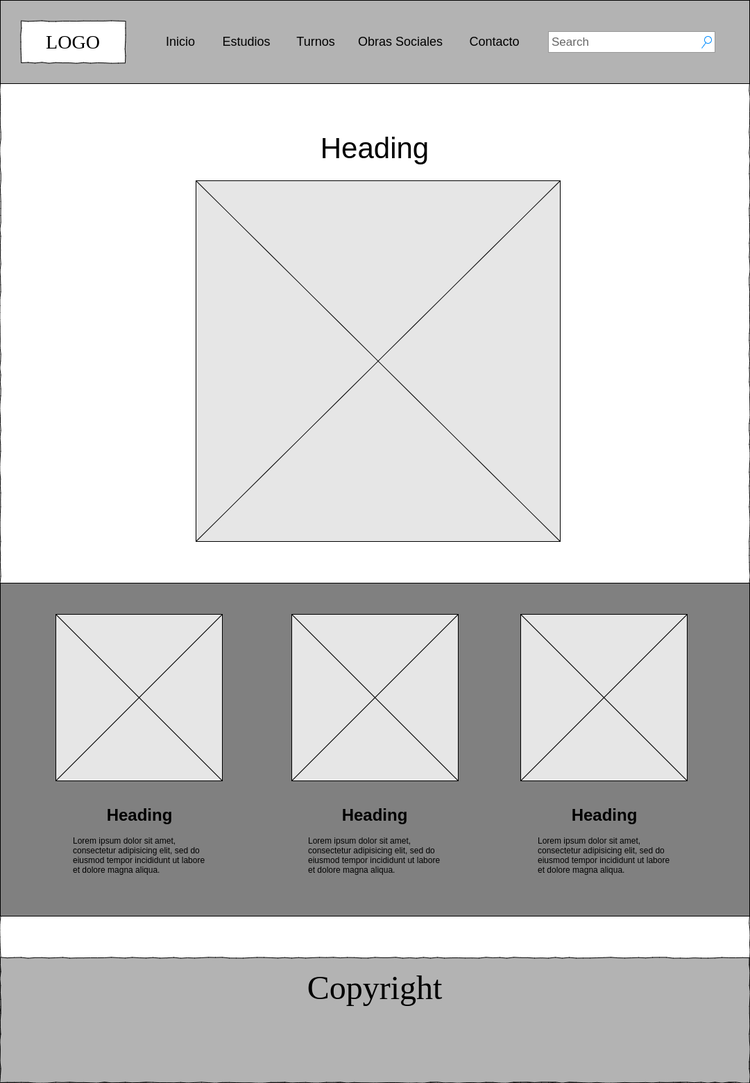
The draw.io diagram wireframes/inicio.png in andresgerz/consultorio-rx, before a commit. Source tidied: cells renumbered, new cells last; positions are measured from the earlier drawing's top-left corner, leaving out a move shared by most shapes.
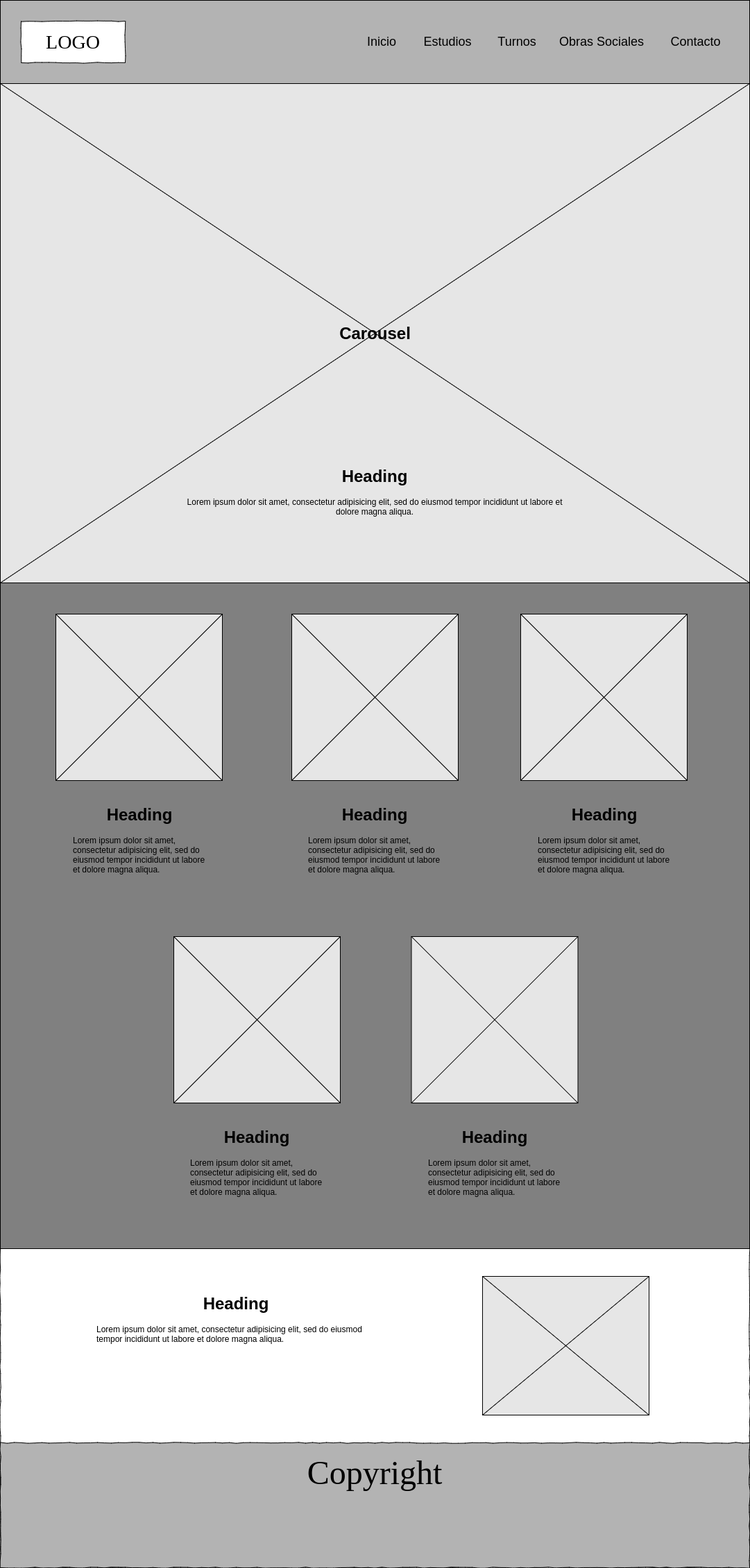
Later version of the same file.

The edit, as a diff of the source:
```diff
@@ -3,40 +3,37 @@
     <mxCell id="0" />
     <mxCell id="1" parent="0" />
     <mxCell id="2" style="whiteSpace=wrap;html=1;rounded=0;shadow=0;labelBackgroundColor=none;strokeColor=#000000;strokeWidth=1;fillColor=none;fontFamily=Verdana;fontSize=12;fontColor=#000000;align=center;comic=1;" parent="1" vertex="1">
-      <mxGeometry width="1080" height="1560" as="geometry" />
+      <mxGeometry width="1080" height="2260" as="geometry" />
     </mxCell>
     <mxCell id="3" style="verticalLabelPosition=bottom;verticalAlign=top;html=1;shape=mxgraph.basic.rect;fillColor2=none;strokeWidth=1;size=20;indent=5;fillColor=#B3B3B3;" parent="1" vertex="1">
       <mxGeometry width="1080" height="120" as="geometry" />
     </mxCell>
     <mxCell id="4" style="verticalLabelPosition=bottom;verticalAlign=top;html=1;shape=mxgraph.basic.rect;fillColor2=none;strokeWidth=1;size=20;indent=5;fillColor=#808080;" parent="1" vertex="1">
-      <mxGeometry y="840" width="1080" height="480" as="geometry" />
+      <mxGeometry y="840" width="1080" height="960" as="geometry" />
     </mxCell>
     <mxCell id="5" value="LOGO" style="whiteSpace=wrap;html=1;rounded=0;shadow=0;labelBackgroundColor=none;strokeWidth=1;fontFamily=Verdana;fontSize=28;align=center;comic=1;" parent="1" vertex="1">
       <mxGeometry x="30" y="30" width="150" height="60" as="geometry" />
     </mxCell>
     <mxCell id="6" value="&lt;div style=&quot;text-align: justify&quot;&gt;&lt;span style=&quot;font-size: 48px&quot;&gt;Copyright&lt;/span&gt;&lt;/div&gt;" style="whiteSpace=wrap;html=1;rounded=0;shadow=0;labelBackgroundColor=none;strokeWidth=1;fillColor=#B3B3B3;fontFamily=Verdana;fontSize=12;align=center;verticalAlign=top;spacing=10;comic=1;" parent="1" vertex="1">
-      <mxGeometry y="1380" width="1080" height="180" as="geometry" />
+      <mxGeometry y="2080" width="1080" height="180" as="geometry" />
     </mxCell>
     <mxCell id="7" style="verticalLabelPosition=bottom;shadow=0;dashed=0;align=center;html=1;verticalAlign=top;strokeWidth=1;shape=mxgraph.mockup.graphics.simpleIcon;strokeColor=#000000;fillColor=#E6E6E6;" parent="1" vertex="1">
-      <mxGeometry x="282" y="260" width="525" height="520" as="geometry" />
+      <mxGeometry y="120" width="1080" height="720" as="geometry" />
     </mxCell>
-    <mxCell id="8" value="Search" style="strokeWidth=1;shadow=0;dashed=0;align=center;html=1;shape=mxgraph.mockup.forms.searchBox;strokeColor=#999999;mainText=;strokeColor2=#008cff;fontColor=#666666;fontSize=17;align=left;spacingLeft=3;" parent="1" vertex="1">
-      <mxGeometry x="790" y="45" width="240" height="30" as="geometry" />
-    </mxCell>
     <mxCell id="9" value="Inicio" style="text;html=1;strokeColor=none;fillColor=none;align=center;verticalAlign=middle;whiteSpace=wrap;rounded=0;fontSize=18;" parent="1" vertex="1">
-      <mxGeometry x="240" y="50" width="40" height="20" as="geometry" />
+      <mxGeometry x="530" y="50" width="40" height="20" as="geometry" />
     </mxCell>
     <mxCell id="10" value="Estudios" style="text;html=1;strokeColor=none;fillColor=none;align=center;verticalAlign=middle;whiteSpace=wrap;rounded=0;fontSize=18;" parent="1" vertex="1">
-      <mxGeometry x="320" y="50" width="70" height="20" as="geometry" />
+      <mxGeometry x="610" y="50" width="70" height="20" as="geometry" />
     </mxCell>
     <mxCell id="11" value="Turnos" style="text;html=1;strokeColor=none;fillColor=none;align=center;verticalAlign=middle;whiteSpace=wrap;rounded=0;fontSize=18;" parent="1" vertex="1">
-      <mxGeometry x="430" y="50" width="50" height="20" as="geometry" />
+      <mxGeometry x="720" y="50" width="50" height="20" as="geometry" />
     </mxCell>
     <mxCell id="12" value="Obras Sociales" style="text;html=1;strokeColor=none;fillColor=none;align=center;verticalAlign=middle;whiteSpace=wrap;rounded=0;fontSize=18;" parent="1" vertex="1">
-      <mxGeometry x="512.5" y="50" width="127.5" height="20" as="geometry" />
+      <mxGeometry x="802.5" y="50" width="127.5" height="20" as="geometry" />
     </mxCell>
     <mxCell id="13" value="Contacto" style="text;html=1;strokeColor=none;fillColor=none;align=center;verticalAlign=middle;whiteSpace=wrap;rounded=0;fontSize=18;" parent="1" vertex="1">
-      <mxGeometry x="675" y="50" width="75" height="20" as="geometry" />
+      <mxGeometry x="965" y="50" width="75" height="20" as="geometry" />
     </mxCell>
     <mxCell id="14" style="verticalLabelPosition=bottom;shadow=0;dashed=0;align=center;html=1;verticalAlign=top;strokeWidth=1;shape=mxgraph.mockup.graphics.simpleIcon;strokeColor=#000000;fillColor=#E6E6E6;" parent="1" vertex="1">
       <mxGeometry x="80" y="885" width="240" height="240" as="geometry" />
@@ -56,8 +53,29 @@
     <mxCell id="19" value="&lt;h1&gt;Heading&lt;/h1&gt;&lt;p style=&quot;text-align: left&quot;&gt;Lorem ipsum dolor sit amet, consectetur adipisicing elit, sed do eiusmod tempor incididunt ut labore et dolore magna aliqua.&lt;/p&gt;" style="text;html=1;strokeColor=none;fillColor=none;spacing=5;spacingTop=-20;whiteSpace=wrap;overflow=hidden;rounded=0;align=center;" parent="1" vertex="1">
       <mxGeometry x="440" y="1155" width="200" height="120" as="geometry" />
     </mxCell>
-    <mxCell id="20" value="&lt;font style=&quot;font-size: 42px&quot;&gt;Heading&lt;/font&gt;&lt;br&gt;&lt;font size=&quot;1&quot;&gt;&lt;br&gt;&lt;/font&gt;" style="text;html=1;strokeColor=none;fillColor=none;align=center;verticalAlign=middle;whiteSpace=wrap;rounded=0;" parent="1" vertex="1">
-      <mxGeometry x="385" y="200" width="310" height="40" as="geometry" />
-    </mxCell>
+    <mxCell id="21" style="verticalLabelPosition=bottom;shadow=0;dashed=0;align=center;html=1;verticalAlign=top;strokeWidth=1;shape=mxgraph.mockup.graphics.simpleIcon;strokeColor=#000000;fillColor=#E6E6E6;" parent="1" vertex="1">
+      <mxGeometry x="250" y="1350" width="240" height="240" as="geometry" />
+    </mxCell>
+    <mxCell id="22" value="&lt;h1&gt;Heading&lt;/h1&gt;&lt;p style=&quot;text-align: left&quot;&gt;Lorem ipsum dolor sit amet, consectetur adipisicing elit, sed do eiusmod tempor incididunt ut labore et dolore magna aliqua.&lt;/p&gt;" style="text;html=1;strokeColor=none;fillColor=none;spacing=5;spacingTop=-20;whiteSpace=wrap;overflow=hidden;rounded=0;align=center;" parent="1" vertex="1">
+      <mxGeometry x="270" y="1620" width="200" height="120" as="geometry" />
+    </mxCell>
+    <mxCell id="23" style="verticalLabelPosition=bottom;shadow=0;dashed=0;align=center;html=1;verticalAlign=top;strokeWidth=1;shape=mxgraph.mockup.graphics.simpleIcon;strokeColor=#000000;fillColor=#E6E6E6;" parent="1" vertex="1">
+      <mxGeometry x="592.5" y="1350" width="240" height="240" as="geometry" />
+    </mxCell>
+    <mxCell id="24" value="&lt;h1&gt;Heading&lt;/h1&gt;&lt;p style=&quot;text-align: left&quot;&gt;Lorem ipsum dolor sit amet, consectetur adipisicing elit, sed do eiusmod tempor incididunt ut labore et dolore magna aliqua.&lt;/p&gt;" style="text;html=1;strokeColor=none;fillColor=none;spacing=5;spacingTop=-20;whiteSpace=wrap;overflow=hidden;rounded=0;align=center;" parent="1" vertex="1">
+      <mxGeometry x="612.5" y="1620" width="200" height="120" as="geometry" />
+    </mxCell>
+    <mxCell id="25" style="verticalLabelPosition=bottom;shadow=0;dashed=0;align=center;html=1;verticalAlign=top;strokeWidth=1;shape=mxgraph.mockup.graphics.simpleIcon;strokeColor=#000000;fillColor=#E6E6E6;" parent="1" vertex="1">
+      <mxGeometry x="695" y="1840" width="240" height="200" as="geometry" />
+    </mxCell>
+    <mxCell id="26" value="&lt;h1&gt;Heading&lt;/h1&gt;&lt;p style=&quot;text-align: left&quot;&gt;Lorem ipsum dolor sit amet, consectetur adipisicing elit, sed do eiusmod tempor incididunt ut labore et dolore magna aliqua.&amp;nbsp;&lt;/p&gt;" style="text;html=1;strokeColor=none;fillColor=none;spacing=5;spacingTop=-20;whiteSpace=wrap;overflow=hidden;rounded=0;align=center;" parent="1" vertex="1">
+      <mxGeometry x="135" y="1860" width="410" height="160" as="geometry" />
+    </mxCell>
+    <mxCell id="27" value="Carousel" style="text;strokeColor=none;fillColor=none;html=1;fontSize=24;fontStyle=1;verticalAlign=middle;align=center;" parent="1" vertex="1">
+      <mxGeometry x="490" y="460" width="100" height="40" as="geometry" />
+    </mxCell>
+    <mxCell id="28" value="&lt;h1&gt;Heading&lt;/h1&gt;&lt;p&gt;Lorem ipsum dolor sit amet, consectetur adipisicing elit, sed do eiusmod tempor incididunt ut labore et dolore magna aliqua.&lt;/p&gt;" style="text;html=1;strokeColor=none;fillColor=none;spacing=5;spacingTop=-20;whiteSpace=wrap;overflow=hidden;rounded=0;align=center;" parent="1" vertex="1">
+      <mxGeometry x="255" y="667" width="570" height="120" as="geometry" />
+    </mxCell>
   </root>
 </mxGraphModel>
```
